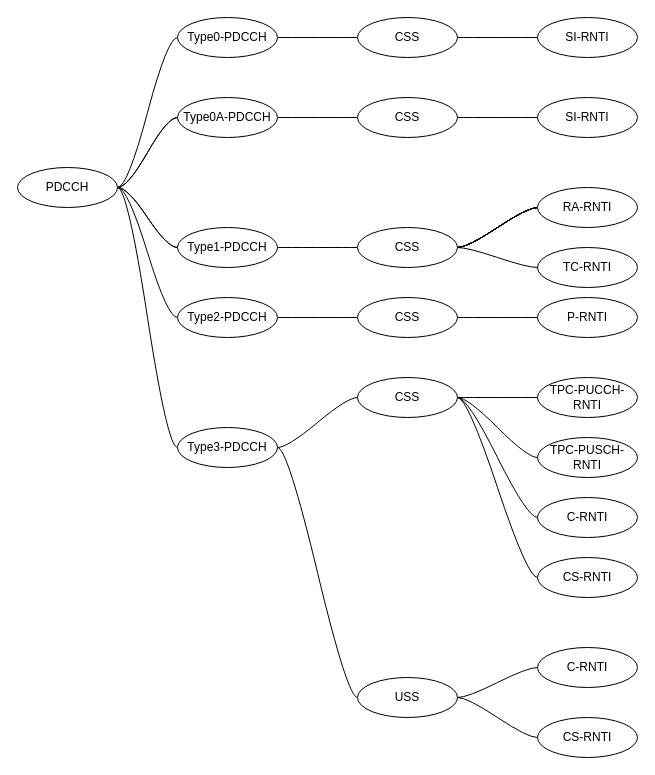
Above: page "DCI type" (16 of 16) of 1.drawio in wubobupt/drawio (draw.io), before the change. Source tidied: cells renumbered, new cells numbered last; positions are measured from the earlier drawing's top-left corner, leaving out a move shared by most shapes. Both pictures are drawn from the tidied source at 100%, with x=0, y=0 at pixel (17, 17).
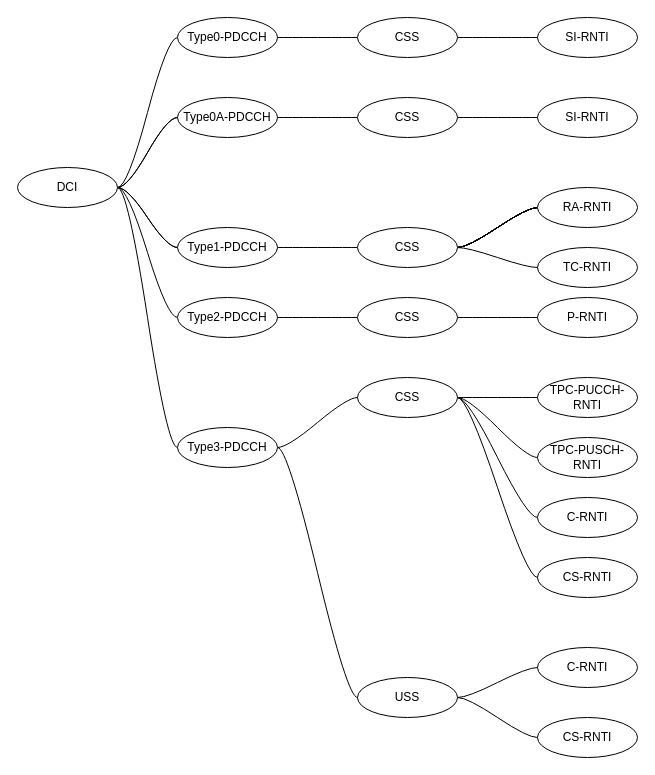
The same page after the edit.

The edit, as a diff of the source:
```diff
@@
-    <mxCell id="9" value="PDCCH" style="ellipse;whiteSpace=wrap;html=1;align=center;newEdgeStyle={&quot;edgeStyle&quot;:&quot;entityRelationEdgeStyle&quot;,&quot;startArrow&quot;:&quot;none&quot;,&quot;endArrow&quot;:&quot;none&quot;,&quot;segment&quot;:10,&quot;curved&quot;:1,&quot;sourcePerimeterSpacing&quot;:0,&quot;targetPerimeterSpacing&quot;:0};" parent="1" vertex="1">
+    <mxCell id="9" value="DCI" style="ellipse;whiteSpace=wrap;html=1;align=center;newEdgeStyle={&quot;edgeStyle&quot;:&quot;entityRelationEdgeStyle&quot;,&quot;startArrow&quot;:&quot;none&quot;,&quot;endArrow&quot;:&quot;none&quot;,&quot;segment&quot;:10,&quot;curved&quot;:1,&quot;sourcePerimeterSpacing&quot;:0,&quot;targetPerimeterSpacing&quot;:0};" parent="1" vertex="1">
       <mxGeometry y="150" width="100" height="40" as="geometry" />
     </mxCell>
```
